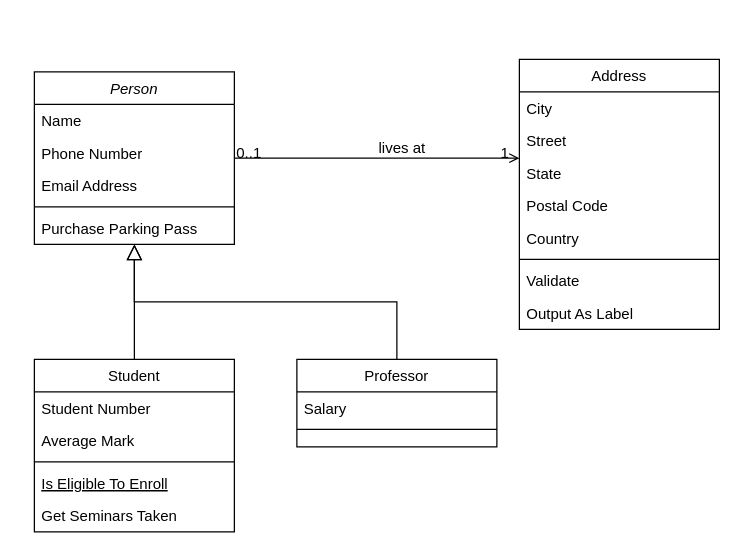
The draw.io diagram drawio_files/26.drawio in frostaag/diagrams, before the edit. Source tidied: cells renumbered, new cells numbered last; positions are measured from the earlier drawing's top-left corner, leaving out a move shared by most shapes. Both pictures are drawn from the tidied source at 125%, with x=0, y=0 at pixel (34, 59).
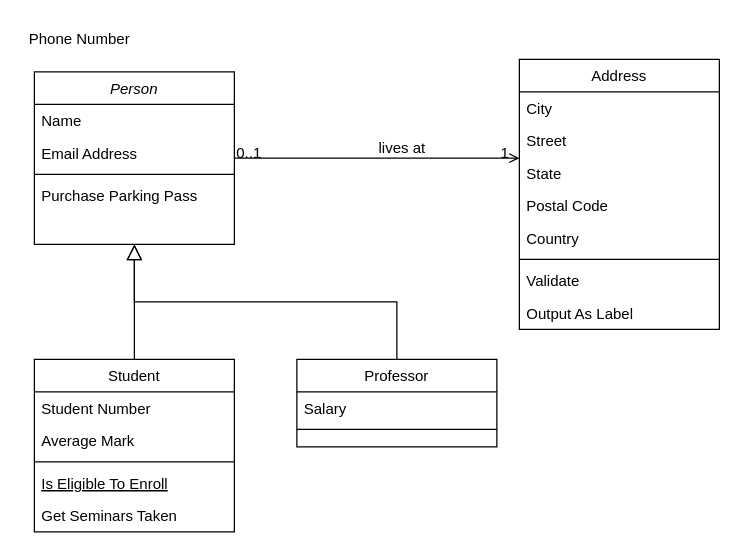
After the change.

The change refers to these unchanged cells:
```xml
<mxCell id="2" value="Person" style="swimlane;fontStyle=2;align=center;verticalAlign=top;horizontal=1;startSize=26;rounded=0;shadow=0;strokeWidth=1;" parent="1" vertex="1">
  <mxGeometry y="10" width="160" height="138" as="geometry" />
</mxCell>
```

Change to the diagram source:
```diff
@@
-    <mxCell id="4" value="Phone Number" style="text;align=left;verticalAlign=top;spacingLeft=4;spacingRight=4;overflow=hidden;rounded=0;shadow=0;html=0;" parent="2" vertex="1">
-      <mxGeometry y="52" width="160" height="26" as="geometry" />
-    </mxCell>
     <mxCell id="5" value="Email Address" style="text;align=left;verticalAlign=top;spacingLeft=4;spacingRight=4;overflow=hidden;rounded=0;shadow=0;html=0;" parent="2" vertex="1">
-      <mxGeometry y="78" width="160" height="26" as="geometry" />
+      <mxGeometry y="52" width="160" height="26" as="geometry" />
     </mxCell>
     <mxCell id="6" style="line;html=1;strokeWidth=1;align=left;verticalAlign=middle;spacingTop=-1;spacingLeft=3;spacingRight=3;labelPosition=right;" parent="2" vertex="1">
-      <mxGeometry y="104" width="160" height="8" as="geometry" />
+      <mxGeometry y="78" width="160" height="8" as="geometry" />
     </mxCell>
     <mxCell id="7" value="Purchase Parking Pass" style="text;align=left;verticalAlign=top;spacingLeft=4;spacingRight=4;overflow=hidden;" parent="2" vertex="1">
-      <mxGeometry y="112" width="160" height="26" as="geometry" />
+      <mxGeometry y="86" width="160" height="26" as="geometry" />
     </mxCell>
@@
+    <mxCell id="4" value="Phone Number" style="text;align=left;verticalAlign=top;spacingLeft=4;spacingRight=4;overflow=hidden;rounded=0;shadow=0;html=0;" parent="1" vertex="1">
+      <mxGeometry x="-10" y="-30" width="160" height="26" as="geometry" />
+    </mxCell>
```
